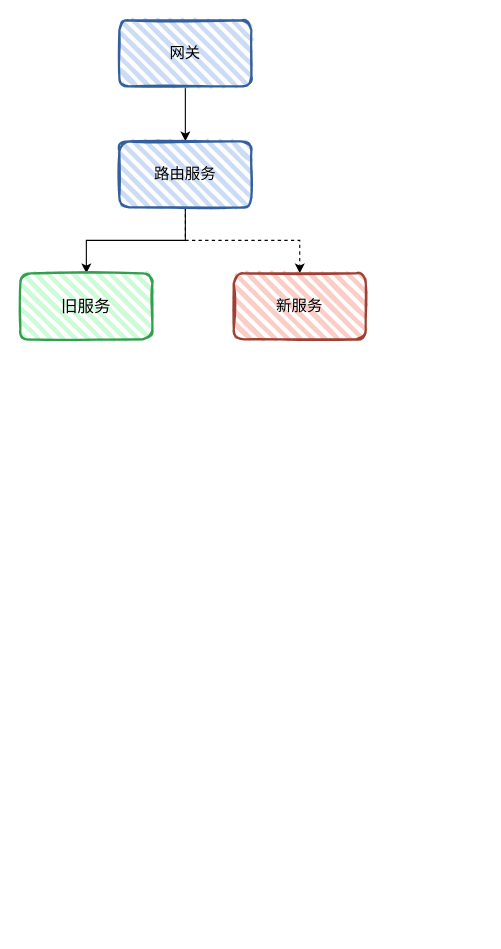
Before: 未命名绘图.drawio in Zhang-BigSmart/tutorial, a draw.io diagram. Source tidied: cells renumbered, new cells numbered last; positions are measured from the earlier drawing's top-left corner, leaving out a move shared by most shapes. Both pictures are drawn from the tidied source at 110%, with x=0, y=0 at pixel (20, 20).
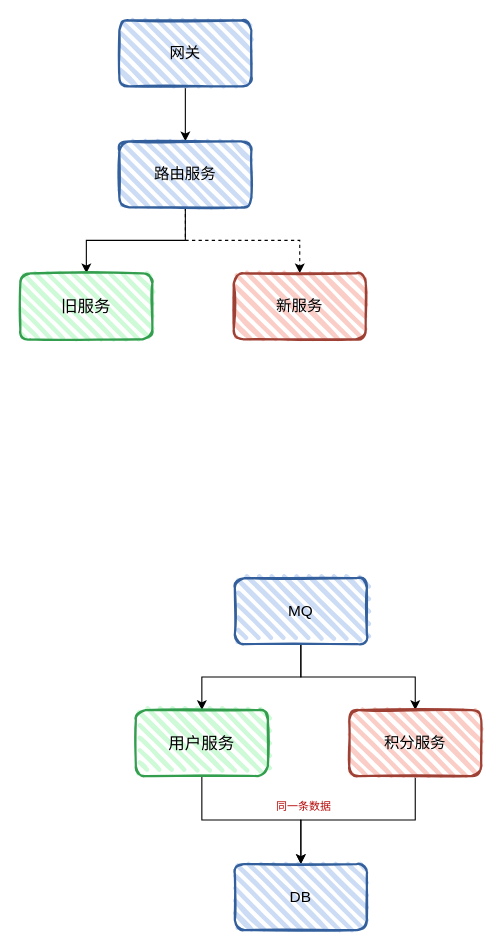
The same page after the edit.

Commit message:
更新未命名绘图1.drawio

What changed in the source:
```diff
@@
 <mxGraphModel>
   <root>
     <mxCell id="0" />
     <mxCell id="1" parent="0" />
     <mxCell id="2" style="edgeStyle=orthogonalEdgeStyle;rounded=0;jettySize=auto;html=1;exitX=0.5;exitY=1;exitDx=0;exitDy=0;entryX=0.5;entryY=0;entryDx=0;entryDy=0;fontSize=14;" parent="1" edge="1" source="3" target="6">
       <mxGeometry relative="1" as="geometry" />
     </mxCell>
     <mxCell id="3" value="网关" style="rounded=1;whiteSpace=wrap;html=1;strokeWidth=2;fillWeight=4;hachureGap=8;hachureAngle=45;fillColor=#CCDCF5;sketch=1;strokeColor=#33609C;fontSize=14;" parent="1" vertex="1">
       <mxGeometry x="90" width="120" height="60" as="geometry" />
     </mxCell>
     <mxCell id="4" style="edgeStyle=orthogonalEdgeStyle;rounded=0;jettySize=auto;html=1;exitX=0.5;exitY=1;exitDx=0;exitDy=0;fontSize=14;" parent="1" edge="1" source="6" target="7">
       <mxGeometry relative="1" as="geometry" />
     </mxCell>
     <mxCell id="5" style="edgeStyle=orthogonalEdgeStyle;rounded=0;jettySize=auto;html=1;exitX=0.5;exitY=1;exitDx=0;exitDy=0;fontSize=14;dashed=1;" parent="1" edge="1" source="6" target="8">
       <mxGeometry relative="1" as="geometry" />
     </mxCell>
     <mxCell id="6" value="路由服务" style="rounded=1;whiteSpace=wrap;html=1;strokeWidth=2;fillWeight=4;hachureGap=8;hachureAngle=45;fillColor=#CCDCF5;sketch=1;strokeColor=#33609C;fontSize=14;" parent="1" vertex="1">
       <mxGeometry x="90" y="110" width="120" height="60" as="geometry" />
     </mxCell>
     <mxCell id="7" value="旧服务" style="rounded=1;whiteSpace=wrap;html=1;strokeWidth=2;fillWeight=4;hachureGap=8;hachureAngle=45;fillColor=#CFFAD8;sketch=1;strokeColor=#329E4E;fontSize=15;" parent="1" vertex="1">
       <mxGeometry y="230" width="120" height="60" as="geometry" />
     </mxCell>
     <mxCell id="8" value="新服务" style="rounded=1;whiteSpace=wrap;html=1;strokeWidth=2;fillWeight=4;hachureGap=8;hachureAngle=45;fillColor=#FACEC7;sketch=1;strokeColor=#9E4034;fontSize=14;" parent="1" vertex="1">
       <mxGeometry x="194" y="230" width="120" height="60" as="geometry" />
     </mxCell>
+    <mxCell id="9" style="edgeStyle=orthogonalEdgeStyle;rounded=0;jettySize=auto;html=1;exitX=0.5;exitY=1;exitDx=0;exitDy=0;fontSize=14;" parent="1" edge="1" source="11" target="13">
+      <mxGeometry relative="1" as="geometry" />
+    </mxCell>
+    <mxCell id="10" style="edgeStyle=orthogonalEdgeStyle;rounded=0;jettySize=auto;html=1;exitX=0.5;exitY=1;exitDx=0;exitDy=0;fontSize=14;" parent="1" edge="1" source="11" target="15">
+      <mxGeometry relative="1" as="geometry" />
+    </mxCell>
+    <mxCell id="11" value="MQ" style="rounded=1;whiteSpace=wrap;html=1;strokeWidth=2;fillWeight=4;hachureGap=8;hachureAngle=45;fillColor=#CCDCF5;sketch=1;strokeColor=#33609C;fontSize=14;" parent="1" vertex="1">
+      <mxGeometry x="195" y="507" width="120" height="60" as="geometry" />
+    </mxCell>
+    <mxCell id="12" style="edgeStyle=orthogonalEdgeStyle;rounded=0;jettySize=auto;html=1;exitX=0.5;exitY=1;exitDx=0;exitDy=0;fontSize=14;" parent="1" edge="1" source="13" target="16">
+      <mxGeometry relative="1" as="geometry" />
+    </mxCell>
+    <mxCell id="13" value="用户服务" style="rounded=1;whiteSpace=wrap;html=1;strokeWidth=2;fillWeight=4;hachureGap=8;hachureAngle=45;fillColor=#CFFAD8;sketch=1;strokeColor=#329E4E;fontSize=15;" parent="1" vertex="1">
+      <mxGeometry x="105" y="627" width="120" height="60" as="geometry" />
+    </mxCell>
+    <mxCell id="14" style="edgeStyle=orthogonalEdgeStyle;rounded=0;jettySize=auto;html=1;exitX=0.5;exitY=1;exitDx=0;exitDy=0;fontSize=14;" parent="1" edge="1" source="15" target="16">
+      <mxGeometry relative="1" as="geometry" />
+    </mxCell>
+    <mxCell id="15" value="积分服务" style="rounded=1;whiteSpace=wrap;html=1;strokeWidth=2;fillWeight=4;hachureGap=8;hachureAngle=45;fillColor=#FACEC7;sketch=1;strokeColor=#9E4034;fontSize=14;" parent="1" vertex="1">
+      <mxGeometry x="299" y="627" width="120" height="60" as="geometry" />
+    </mxCell>
+    <mxCell id="16" value="DB" style="rounded=1;whiteSpace=wrap;html=1;strokeWidth=2;fillWeight=4;hachureGap=8;hachureAngle=45;fillColor=#CCDCF5;sketch=1;strokeColor=#33609C;fontSize=14;" parent="1" vertex="1">
+      <mxGeometry x="195" y="767" width="120" height="60" as="geometry" />
+    </mxCell>
+    <mxCell id="17" value="&lt;font style=&quot;font-size: 10px;&quot;&gt;同一条数据&lt;/font&gt;" style="text;html=1;strokeColor=none;fillColor=none;align=center;verticalAlign=middle;whiteSpace=wrap;rounded=0;fontSize=6;fontColor=#B50B0B;" parent="1" vertex="1">
+      <mxGeometry x="202" y="699" width="112" height="30" as="geometry" />
+    </mxCell>
   </root>
 </mxGraphModel>
```
